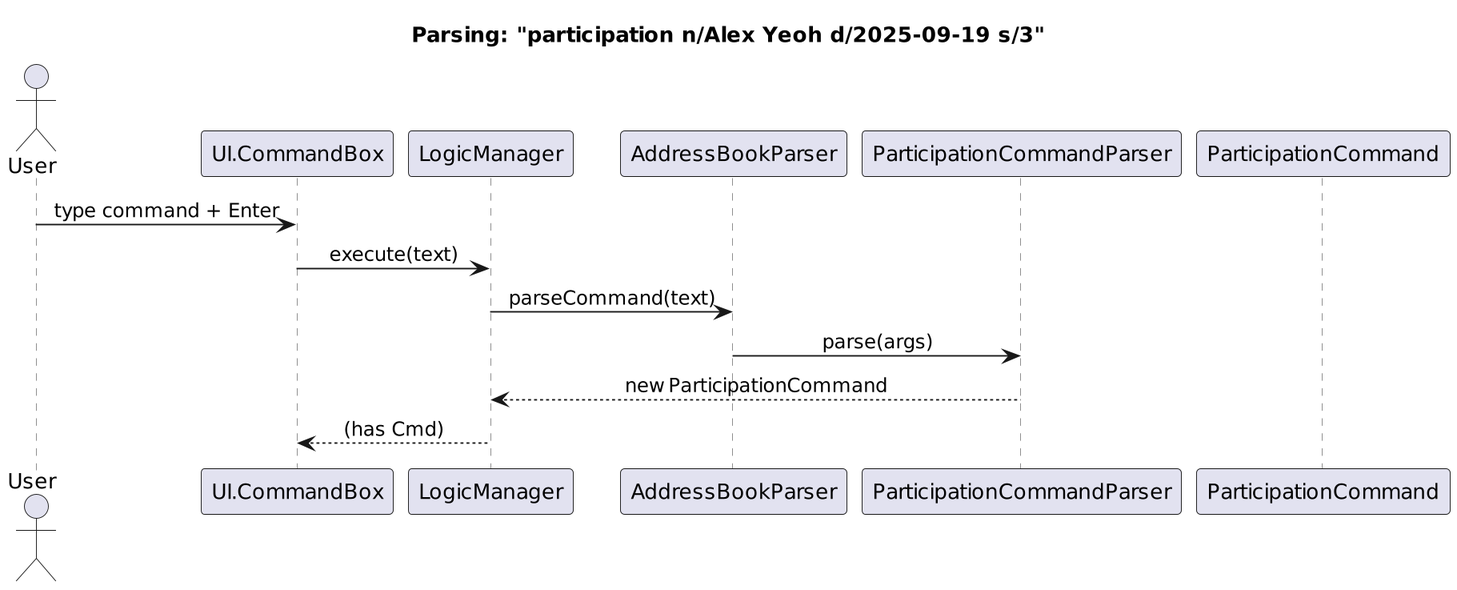
Before: diagrams/Participation_Parse.png, a diagram exported from PlantUML (AY2526S1-CS2103T-F12-2/tp). Its source is kept beside it as diagrams/Participation_Parse.puml.
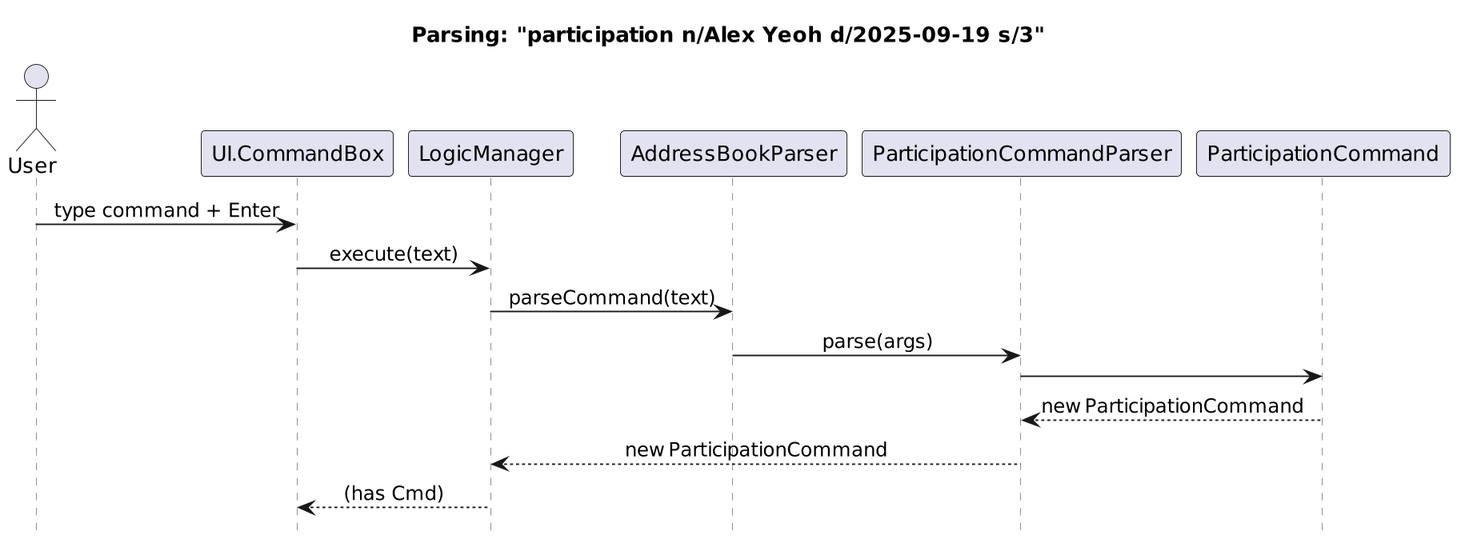
The same diagram one commit later.

The edit, as a diff of the source:
```diff
@@ -22,6 +22,10 @@
 UI -> Logic : execute(text)
 Logic -> ABP : parseCommand(text)
 ABP -> PCP : parse(args)
+PCP -> Cmd
+Cmd --> PCP : new ParticipationCommand
 PCP --> Logic : new ParticipationCommand
 Logic --> UI : (has Cmd)
+
+hide footbox
 @enduml
```
